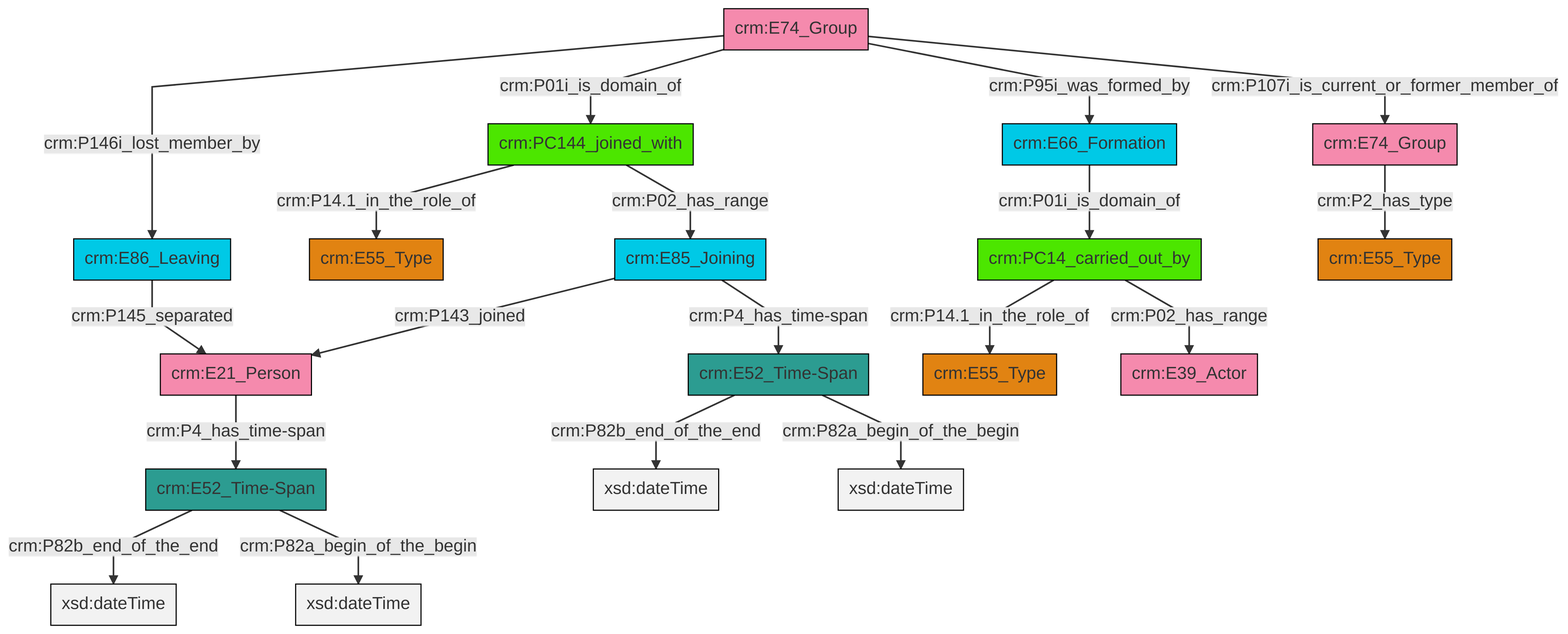
Above: et/groupCSV/ttl/mmd/png/group_actor_relations.png in swiss-art-research-net/docs.swissartresearch (Mermaid), before the change. Its source is kept beside it as et/groupCSV/ttl/mmd/group_actor_relations.ttl.mmd.
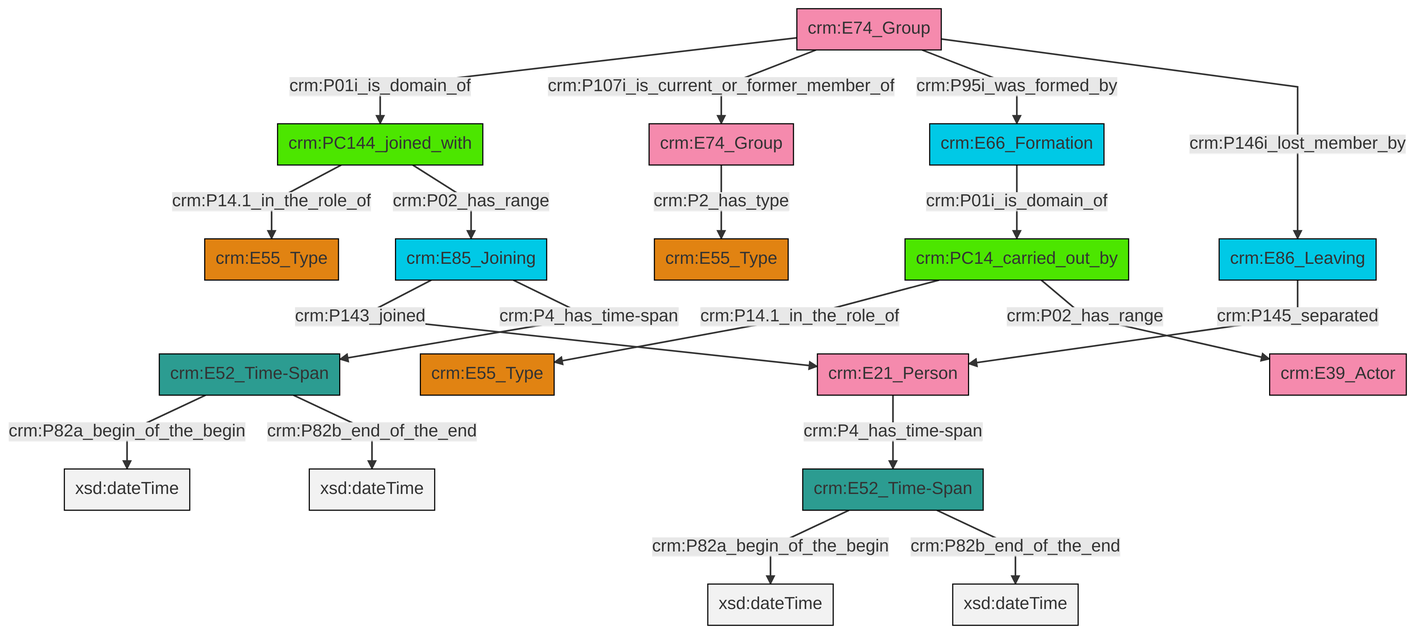
Above is the later version.

The edit, as a diff of the source:
```diff
@@ -13,21 +13,21 @@
 classDef PC_Classes fill:#4ce600, stroke:#000000;
 classDef Multi fill:#cccccc,stroke:#000000;
 
-0["crm:E74_Group"]:::Actor -->|crm:P146i_lost_member_by| 1["crm:E86_Leaving"]:::Temporal_Entity
 2["crm:E74_Group"]:::Actor -->|crm:P2_has_type| 3["crm:E55_Type"]:::Type
-4["crm:E52_Time-Span"]:::Time-Span -->|crm:P82b_end_of_the_end| 5[xsd:dateTime]:::Literal
+4["crm:PC14_carried_out_by"]:::PC_Classes -->|crm:P14.1_in_the_role_of| 5["crm:E55_Type"]:::Type
 6["crm:PC144_joined_with"]:::PC_Classes -->|crm:P14.1_in_the_role_of| 7["crm:E55_Type"]:::Type
-8["crm:E21_Person"]:::Actor -->|crm:P4_has_time-span| 9["crm:E52_Time-Span"]:::Time-Span
-4["crm:E52_Time-Span"]:::Time-Span -->|crm:P82a_begin_of_the_begin| 12[xsd:dateTime]:::Literal
-0["crm:E74_Group"]:::Actor -->|crm:P01i_is_domain_of| 6["crm:PC144_joined_with"]:::PC_Classes
-9["crm:E52_Time-Span"]:::Time-Span -->|crm:P82b_end_of_the_end| 18[xsd:dateTime]:::Literal
-6["crm:PC144_joined_with"]:::PC_Classes -->|crm:P02_has_range| 19["crm:E85_Joining"]:::Temporal_Entity
-1["crm:E86_Leaving"]:::Temporal_Entity -->|crm:P145_separated| 8["crm:E21_Person"]:::Actor
-19["crm:E85_Joining"]:::Temporal_Entity -->|crm:P143_joined| 8["crm:E21_Person"]:::Actor
-23["crm:E66_Formation"]:::Temporal_Entity -->|crm:P01i_is_domain_of| 13["crm:PC14_carried_out_by"]:::PC_Classes
-0["crm:E74_Group"]:::Actor -->|crm:P95i_was_formed_by| 23["crm:E66_Formation"]:::Temporal_Entity
-13["crm:PC14_carried_out_by"]:::PC_Classes -->|crm:P14.1_in_the_role_of| 16["crm:E55_Type"]:::Type
-9["crm:E52_Time-Span"]:::Time-Span -->|crm:P82a_begin_of_the_begin| 30[xsd:dateTime]:::Literal
-0["crm:E74_Group"]:::Actor -->|crm:P107i_is_current_or_former_member_of| 2["crm:E74_Group"]:::Actor
-13["crm:PC14_carried_out_by"]:::PC_Classes -->|crm:P02_has_range| 10["crm:E39_Actor"]:::Actor
-19["crm:E85_Joining"]:::Temporal_Entity -->|crm:P4_has_time-span| 4["crm:E52_Time-Span"]:::Time-Span
+0["crm:E86_Leaving"]:::Temporal_Entity -->|crm:P145_separated| 8["crm:E21_Person"]:::Actor
+9["crm:E52_Time-Span"]:::Time-Span -->|crm:P82a_begin_of_the_begin| 10[xsd:dateTime]:::Literal
+8["crm:E21_Person"]:::Actor -->|crm:P4_has_time-span| 15["crm:E52_Time-Span"]:::Time-Span
+16["crm:E74_Group"]:::Actor -->|crm:P01i_is_domain_of| 6["crm:PC144_joined_with"]:::PC_Classes
+16["crm:E74_Group"]:::Actor -->|crm:P107i_is_current_or_former_member_of| 2["crm:E74_Group"]:::Actor
+9["crm:E52_Time-Span"]:::Time-Span -->|crm:P82b_end_of_the_end| 20[xsd:dateTime]:::Literal
+15["crm:E52_Time-Span"]:::Time-Span -->|crm:P82a_begin_of_the_begin| 21[xsd:dateTime]:::Literal
+15["crm:E52_Time-Span"]:::Time-Span -->|crm:P82b_end_of_the_end| 22[xsd:dateTime]:::Literal
+23["crm:E85_Joining"]:::Temporal_Entity -->|crm:P143_joined| 8["crm:E21_Person"]:::Actor
+16["crm:E74_Group"]:::Actor -->|crm:P95i_was_formed_by| 11["crm:E66_Formation"]:::Temporal_Entity
+11["crm:E66_Formation"]:::Temporal_Entity -->|crm:P01i_is_domain_of| 4["crm:PC14_carried_out_by"]:::PC_Classes
+23["crm:E85_Joining"]:::Temporal_Entity -->|crm:P4_has_time-span| 9["crm:E52_Time-Span"]:::Time-Span
+16["crm:E74_Group"]:::Actor -->|crm:P146i_lost_member_by| 0["crm:E86_Leaving"]:::Temporal_Entity
+6["crm:PC144_joined_with"]:::PC_Classes -->|crm:P02_has_range| 23["crm:E85_Joining"]:::Temporal_Entity
+4["crm:PC14_carried_out_by"]:::PC_Classes -->|crm:P02_has_range| 33["crm:E39_Actor"]:::Actor
```
